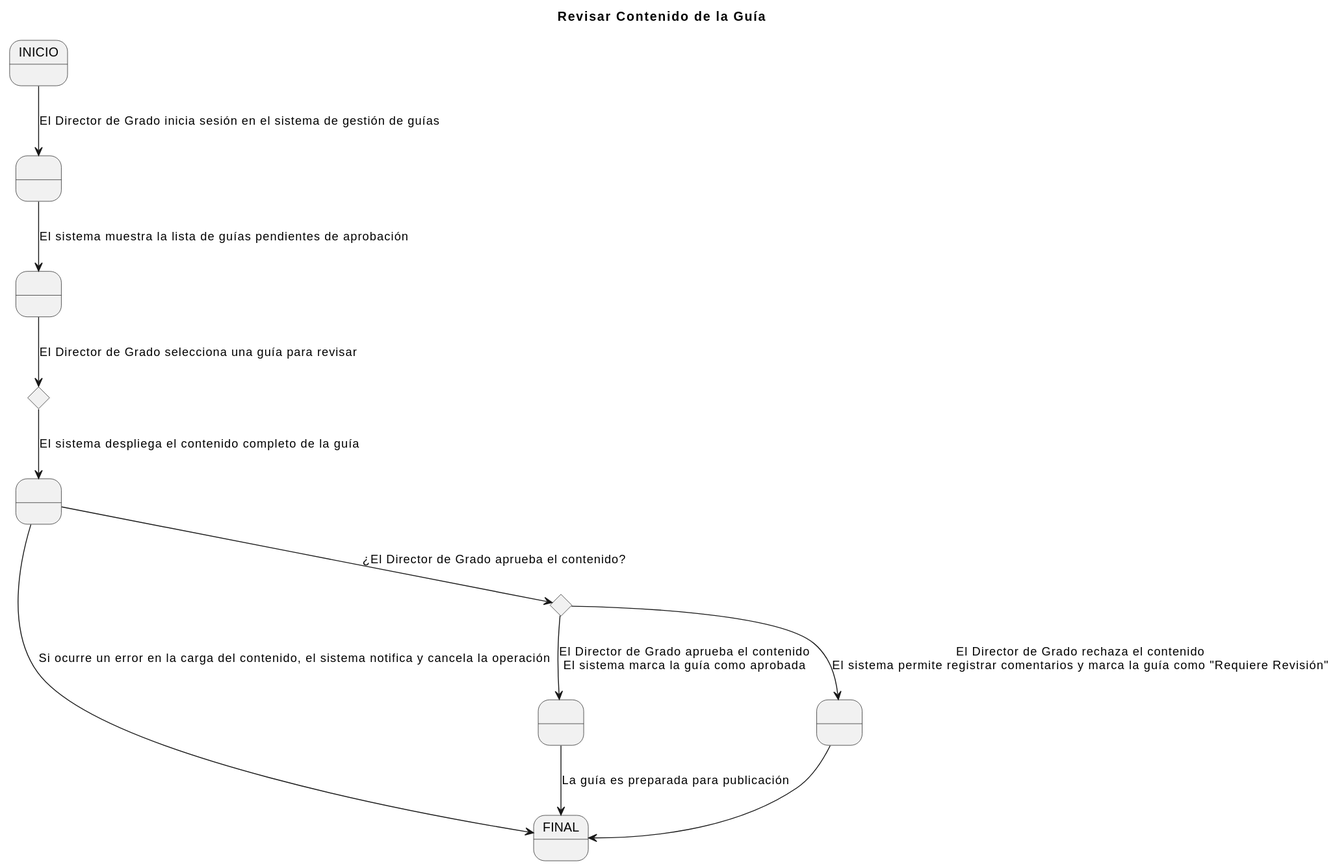
Above: images/modelosUML/RevisarContenidoGD.svg in mmasias/24-25-IdSw1-SDR (PlantUML), before the change.
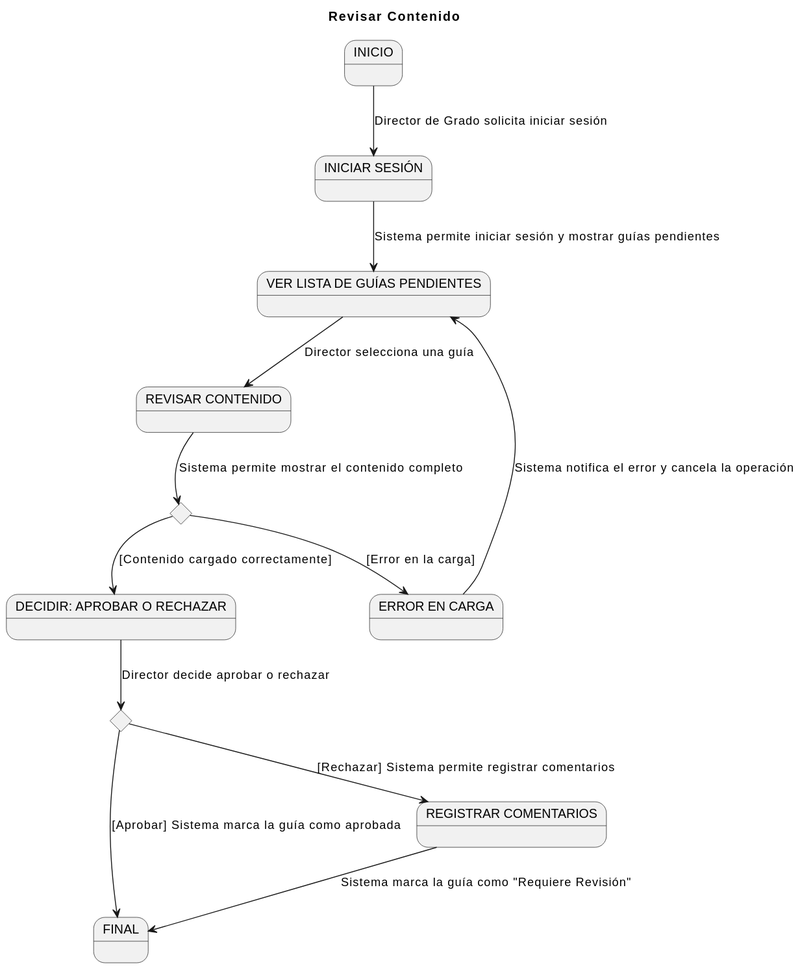
The same diagram one commit later.

Change to the diagram source:
```diff
@@ -1,31 +1,29 @@
 @startuml
-title Revisar Contenido de la Guía
+title  Revisar Contenido
 
 state INICIO
-state " " as Estado1
-state " " as Estado2
-state " " as Estado3
-state " " as Estado4
-state " " as Estado5
+state "INICIAR SESIÓN" as INICIAR_SESION
+state "VER LISTA DE GUÍAS PENDIENTES" as LISTA_GUIAS
+state "REVISAR CONTENIDO" as REVISAR_CONTENIDO
+state "DECIDIR: APROBAR O RECHAZAR" as DECIDIR
 state FINAL
+
+state "ERROR EN CARGA" as ERROR
+state "REGISTRAR COMENTARIOS" as REGISTRAR_COMENTARIOS
 
 state Condicion1 <<choice>>
 state Condicion2 <<choice>>
 
-INICIO --> Estado1 : El Director de Grado inicia sesión en el sistema de gestión de guías
-Estado1 --> Estado2 : El sistema muestra la lista de guías pendientes de aprobación
+INICIO --> INICIAR_SESION : Director de Grado solicita iniciar sesión
+INICIAR_SESION --> LISTA_GUIAS : Sistema permite iniciar sesión y mostrar guías pendientes
+LISTA_GUIAS --> REVISAR_CONTENIDO : Director selecciona una guía
+REVISAR_CONTENIDO --> Condicion1 : Sistema permite mostrar el contenido completo
+Condicion1 --> DECIDIR : [Contenido cargado correctamente]
+Condicion1 --> ERROR : [Error en la carga]
+ERROR --> LISTA_GUIAS : Sistema notifica el error y cancela la operación
 
-Estado2 --> Condicion1 : El Director de Grado selecciona una guía para revisar
-
-Condicion1 --> Estado3 : El sistema despliega el contenido completo de la guía
-
-Estado3 --> Condicion2 : ¿El Director de Grado aprueba el contenido?
-
-Condicion2 --> Estado4 : El Director de Grado aprueba el contenido\nEl sistema marca la guía como aprobada
-Estado4 --> FINAL : La guía es preparada para publicación
-
-Condicion2 --> Estado5 : El Director de Grado rechaza el contenido\nEl sistema permite registrar comentarios y marca la guía como "Requiere Revisión"
-Estado5 --> FINAL
-
-Estado3 --> FINAL : Si ocurre un error en la carga del contenido, el sistema notifica y cancela la operación
+DECIDIR --> Condicion2 : Director decide aprobar o rechazar
+Condicion2 --> FINAL : [Aprobar] Sistema marca la guía como aprobada
+Condicion2 --> REGISTRAR_COMENTARIOS : [Rechazar] Sistema permite registrar comentarios
+REGISTRAR_COMENTARIOS --> FINAL : Sistema marca la guía como "Requiere Revisión"
 @enduml
```
